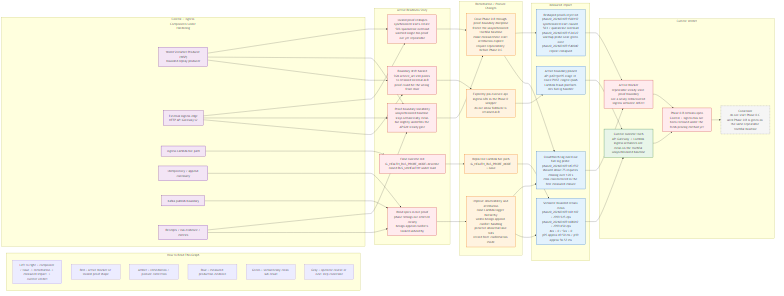
Earlier version of the Mermaid export docs/design/platform/dev_full/graph/readiness/dev_full_control_ingress_readiness_delta_current_v0.mermaid.png (EsosaOrumwese/fraud-detection-system). Its source is kept beside it as docs/design/platform/dev_full/graph/readiness/dev_full_control_ingress_readiness_delta_current_v0.mermaid.mmd.
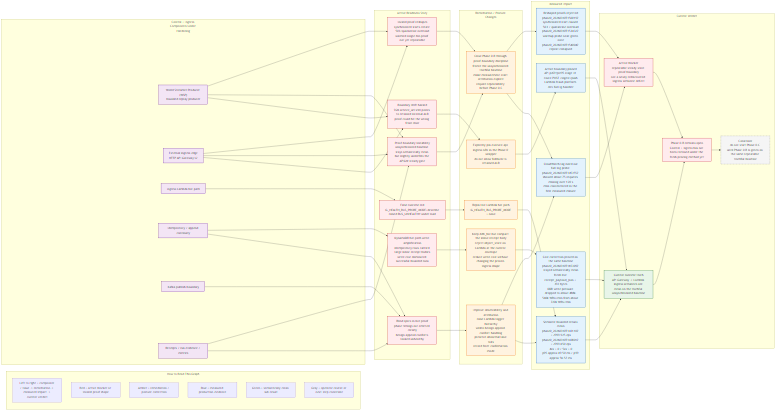
The same file after the commit.

Change to the diagram source:
```diff
@@ -29,6 +29,7 @@
     D3["Blind spots in live proof<br>phase timings not emitted clearly<br>benign append conflicts looked unhealthy"]
     D4["Proof-boundary instability<br>unsynchronized baseline stays semantically clean but slightly underfills the APIGW steady gate"]
     D5["Invalid proof reshapes<br>synchronized starts create 503/quarantine overload<br>warmed single-bin proof not yet repeatable"]
+    D6["DynamoDB hot-path write amplification<br>idempotency rows carried large inline receipt bodies<br>write cost dominated successful bounded runs"]
   end
 
   subgraph REMEDIATION["Remediation / Posture Changes"]
@@ -36,6 +37,7 @@
     R2["Repin live Lambda hot path<br>IG_HEALTH_BUS_PROBE_MODE = none"]
     R3["Improve observability and attribution<br>raise Lambda logger hierarchy<br>widen benign append-conflict handling<br>preserve abnormal lane tails<br>record fleet confirmation mode"]
     R4["Close Phase 0.B through proof-boundary discipline<br>freeze the unsynchronized truthful baseline<br>make measurement-start attribution explicit<br>require repeatability before Phase 0.C"]
+    R5["Keep ddb_hot but compact the inline receipt body<br>reject object_store on Lambda at the current envelope<br>reduce write cost without changing the proven ingress shape"]
   end
 
   subgraph IMPACT["Measured Impact"]
@@ -43,6 +45,7 @@
     M2["Semantic bounded reruns clean<br>phase0_20260310T143110Z = 2999.925 eps<br>phase0_20260310T143801Z = 2999.650 eps<br>4xx = 0 / 5xx = 0<br>p95 approx 49-50 ms / p99 approx 56-57 ms"]
     M3["CloudWatch lag ruled out<br>full-log probe phase0_20260310T145355Z showed about 75 requests missing over 120 s<br>miss concentrated in the first measured minute"]
     M4["Reshaped proofs rejected<br>phase0_20260310T150019Z synchronized start caused 503 / quarantine overload<br>phase0_20260310T153432Z warmup probe near-green once<br>phase0_20260310T154004Z repeat collapsed"]
+    M5["Cost correction proved on the same baseline<br>phase0_20260310T165309Z stayed semantically clean<br>fresh live receipt_payload_json = 392 bytes<br>DDB write pressure dropped to about 488k-540k WRU/min from about 720k WRU/min"]
   end
 
   subgraph VERDICT["Current Verdict"]
@@ -63,12 +66,14 @@
   EVID --> D4
   WSP --> D5
   EDGE --> D5
+  DDB --> D6
 
   D1 --> R1
   D2 --> R2
   D3 --> R3
   D4 --> R4
   D5 --> R4
+  D6 --> R5
 
   R1 --> M1
   R2 --> M2
@@ -76,11 +81,13 @@
   R3 --> M3
   R4 --> M3
   R4 --> M4
+  R5 --> M5
 
   M1 --> V1
   M2 --> V1
   M3 --> V3
   M4 --> V3
+  M5 --> V1
   V1 --> V2
   V3 --> V2
   V2 --> V4
@@ -93,9 +100,9 @@
   classDef caveat fill:#f5f5f5,stroke:#616161,color:#111,stroke-dasharray: 5 3;
 
   class WSP,EDGE,IG,DDB,PUB,EVID comp;
-  class D1,D2,D3,D4,D5 defect;
-  class R1,R2,R3,R4 fix;
-  class M1,M2,M3,M4 metric;
+  class D1,D2,D3,D4,D5,D6 defect;
+  class R1,R2,R3,R4,R5 fix;
+  class M1,M2,M3,M4,M5 metric;
   class V1 ok;
   class V2,V3 defect;
   class V4 caveat;
```
